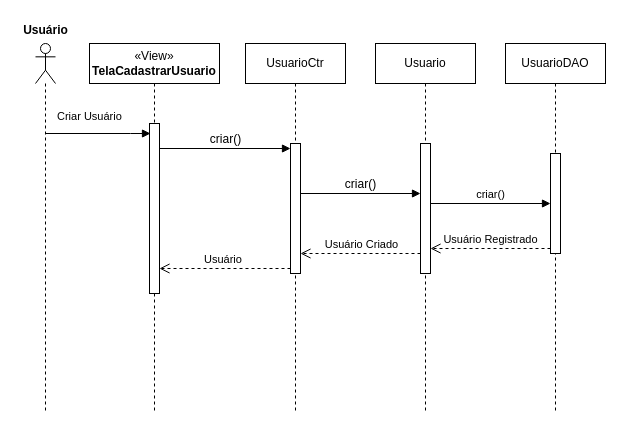
Earlier version of the draw.io diagram Documentação/Diagramas/Diagramas de Sequencia/Diagrama de Sequencia Cadastrar Usuário.drawio (frsouzaa/Documentacao-TCC-NossaVia). Source tidied: cells renumbered, new cells numbered last; positions are measured from the earlier drawing's top-left corner, leaving out a move shared by most shapes. Both pictures are drawn from the tidied source at 100%, with x=0, y=0 at pixel (17, 17).
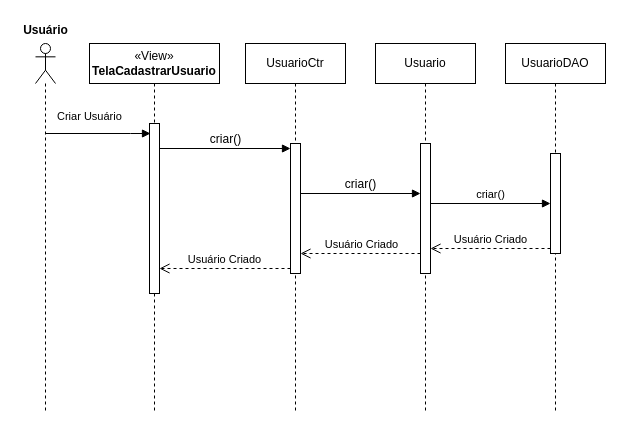
After the change.

Commit message (it also covers changes not shown here):
ajustando diagramas de sequencia

The change refers to these unchanged cells:
```xml
<mxCell id="4" style="html=1;points=[[0,0,0,0,5],[0,1,0,0,-5],[1,0,0,0,5],[1,1,0,0,-5]];perimeter=orthogonalPerimeter;outlineConnect=0;targetShapes=umlLifeline;portConstraint=eastwest;newEdgeStyle={&quot;curved&quot;:0,&quot;rounded&quot;:0};" parent="3" vertex="1">
  <mxGeometry x="60" y="80" width="10" height="170" as="geometry" />
</mxCell>
<mxCell id="6" style="html=1;points=[[0,0,0,0,5],[0,1,0,0,-5],[1,0,0,0,5],[1,1,0,0,-5]];perimeter=orthogonalPerimeter;outlineConnect=0;targetShapes=umlLifeline;portConstraint=eastwest;newEdgeStyle={&quot;curved&quot;:0,&quot;rounded&quot;:0};" parent="5" vertex="1">
  <mxGeometry x="45" y="100" width="10" height="130" as="geometry" />
</mxCell>
<mxCell id="8" style="html=1;points=[[0,0,0,0,5],[0,1,0,0,-5],[1,0,0,0,5],[1,1,0,0,-5]];perimeter=orthogonalPerimeter;outlineConnect=0;targetShapes=umlLifeline;portConstraint=eastwest;newEdgeStyle={&quot;curved&quot;:0,&quot;rounded&quot;:0};" parent="7" vertex="1">
  <mxGeometry x="45" y="110" width="10" height="100" as="geometry" />
</mxCell>
<mxCell id="10" style="html=1;points=[[0,0,0,0,5],[0,1,0,0,-5],[1,0,0,0,5],[1,1,0,0,-5]];perimeter=orthogonalPerimeter;outlineConnect=0;targetShapes=umlLifeline;portConstraint=eastwest;newEdgeStyle={&quot;curved&quot;:0,&quot;rounded&quot;:0};" parent="9" vertex="1">
  <mxGeometry x="45" y="100" width="10" height="130" as="geometry" />
</mxCell>
```

Diff of the diagram source:
```diff
@@
-    <mxCell id="15" value="Usuário Registrado" style="html=1;verticalAlign=bottom;endArrow=open;dashed=1;endSize=8;curved=0;rounded=0;exitX=0;exitY=1;exitDx=0;exitDy=-5;" parent="1" edge="1" source="8" target="6">
+    <mxCell id="15" value="Usuário&amp;nbsp;Criado" style="html=1;verticalAlign=bottom;endArrow=open;dashed=1;endSize=8;curved=0;rounded=0;exitX=0;exitY=1;exitDx=0;exitDy=-5;" parent="1" edge="1" source="8" target="6">
       <mxGeometry relative="1" as="geometry" />
     </mxCell>
@@
-    <mxCell id="17" value="Usuário&amp;nbsp;" style="html=1;verticalAlign=bottom;endArrow=open;dashed=1;endSize=8;curved=0;rounded=0;exitX=0;exitY=1;exitDx=0;exitDy=-5;exitPerimeter=0;" parent="1" edge="1" source="10" target="4">
+    <mxCell id="17" value="Usuário&amp;nbsp;Criado" style="html=1;verticalAlign=bottom;endArrow=open;dashed=1;endSize=8;curved=0;rounded=0;exitX=0;exitY=1;exitDx=0;exitDy=-5;exitPerimeter=0;" parent="1" edge="1" source="10" target="4">
       <mxGeometry relative="1" as="geometry" />
     </mxCell>
```
